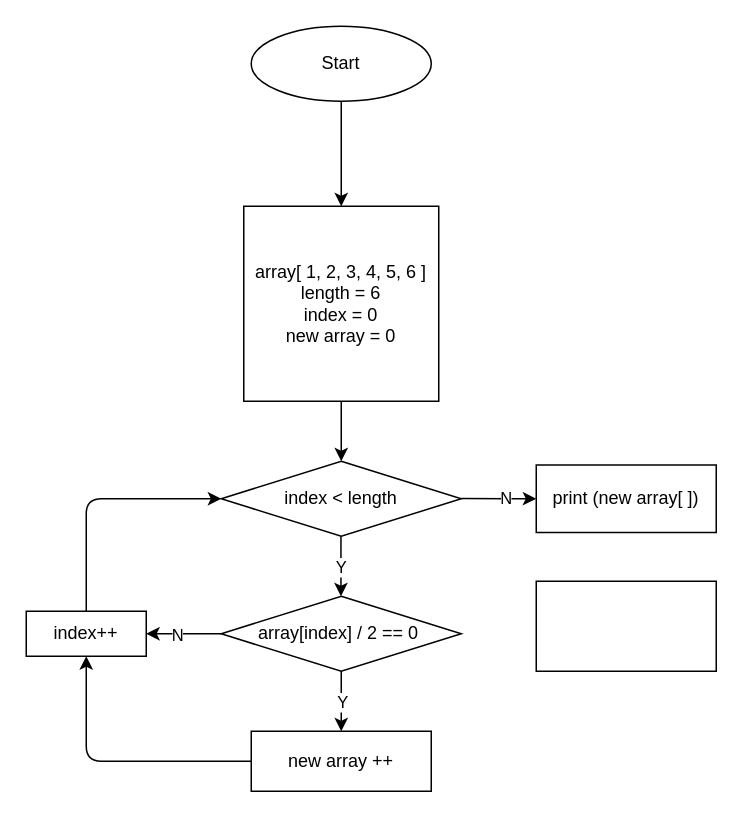
The draw.io diagram page "Страница 1" (1 of 2) of algoritm.drawio in RenatBax/Control-work, before the edit. Source tidied: cells renumbered, new cells numbered last; positions are measured from the earlier drawing's top-left corner, leaving out a move shared by most shapes. Both pictures are drawn from the tidied source at 150%, with x=0, y=0 at pixel (26, 26).
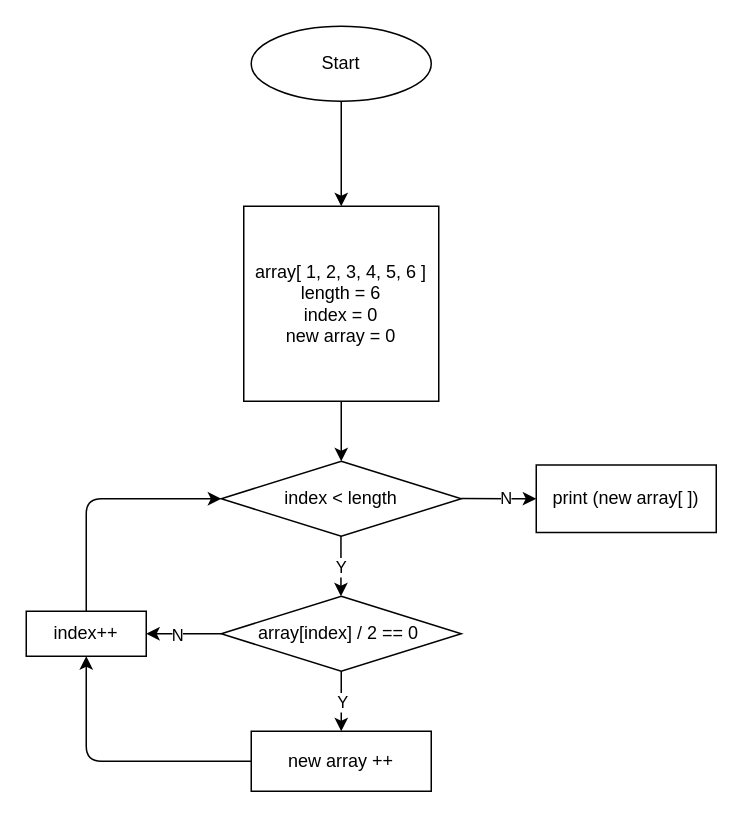
The same page after the edit.

Commit message:
Добавлен алгоритм к задаче из dev 2

What changed in the source:
```diff
@@
-    <mxCell id="21" style="rounded=0;whiteSpace=wrap;html=1;" parent="1" vertex="1">
-      <mxGeometry x="340" y="370" width="120" height="60" as="geometry" />
-    </mxCell>
```
